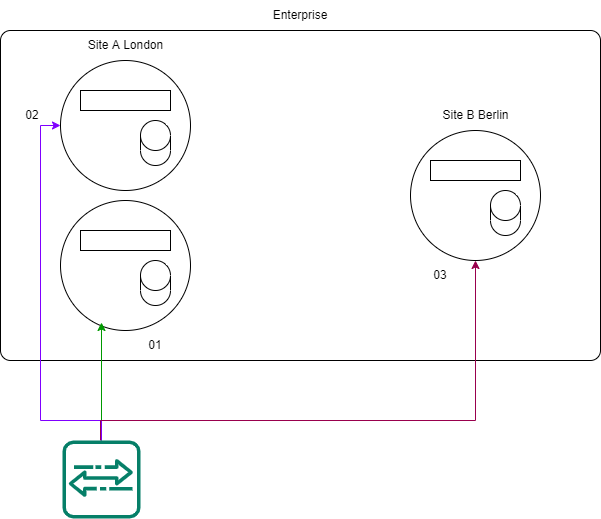
This is images/Imprivata.drawio.png from Radriverron/radriverron.github.io, a draw.io export, as it was before one commit. Source tidied: cells renumbered, new cells last; positions are measured from the earlier drawing's top-left corner, leaving out a move shared by most shapes.
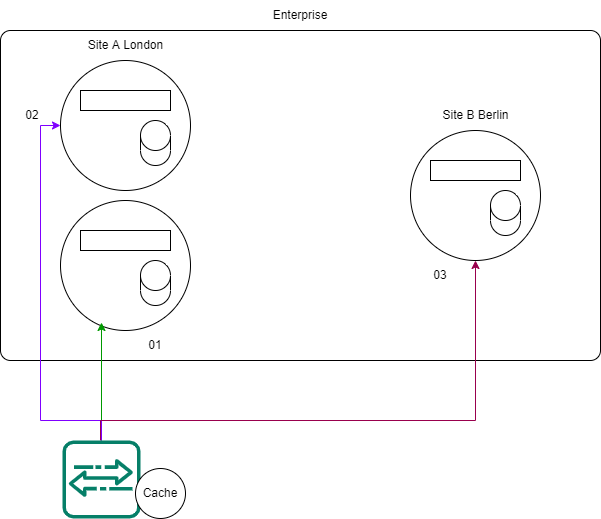
The same file after the commit.

The edit, as a diff of the source:
```diff
@@ -77,5 +77,8 @@
     <mxCell id="21" value="03" style="text;html=1;strokeColor=none;fillColor=none;align=center;verticalAlign=middle;whiteSpace=wrap;rounded=0;" parent="1" vertex="1">
       <mxGeometry x="410" y="260" width="60" height="30" as="geometry" />
     </mxCell>
+    <mxCell id="22" value="Cache" style="ellipse;whiteSpace=wrap;html=1;" parent="1" vertex="1">
+      <mxGeometry x="135" y="468" width="50" height="50" as="geometry" />
+    </mxCell>
   </root>
 </mxGraphModel>
```
